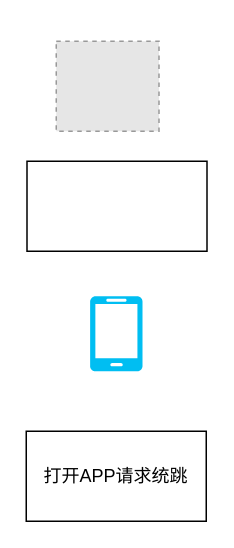
The draw.io diagram 统跳2.0.drawio in pekah/Draw, before the edit. Source tidied: cells renumbered, new cells numbered last; positions are measured from the earlier drawing's top-left corner, leaving out a move shared by most shapes. Both pictures are drawn from the tidied source at 150%, with x=0, y=0 at pixel (26, 40). Pictures stored in the file or linked from it are replaced by grey dashed boxes.
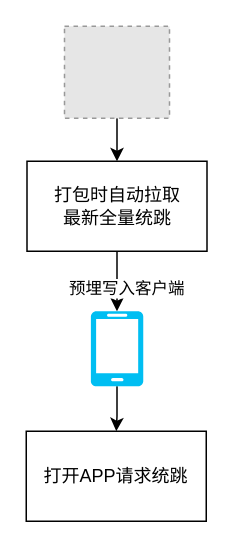
After the change.

The edit, as a diff of the source:
```diff
@@
 <mxGraphModel>
   <root>
     <mxCell id="0" />
     <mxCell id="1" parent="0" />
+    <mxCell id="6" style="edgeStyle=orthogonalEdgeStyle;rounded=0;jettySize=auto;html=1;" parent="1" edge="1" source="2" target="5">
+      <mxGeometry relative="1" as="geometry" />
+    </mxCell>
     <mxCell id="2" style="fillColor=#E6E6E6;strokeColor=#999999;dashed=1;verticalLabelPosition=bottom;labelBackgroundColor=#ffffff;verticalAlign=top;" parent="1" vertex="1">
-      <mxGeometry x="20" width="68.5" height="60" as="geometry" />
+      <mxGeometry x="25.5" y="-10" width="70" height="61.3" as="geometry" />
     </mxCell>
+    <mxCell id="7" style="edgeStyle=orthogonalEdgeStyle;rounded=0;jettySize=auto;html=1;" parent="1" edge="1" source="3" target="4">
+      <mxGeometry relative="1" as="geometry" />
+    </mxCell>
     <mxCell id="3" style="verticalLabelPosition=bottom;html=1;verticalAlign=top;align=center;strokeColor=none;fillColor=#00BEF2;shape=mxgraph.azure.mobile;" parent="1" vertex="1">
-      <mxGeometry x="42.5" y="170" width="35" height="50" as="geometry" />
+      <mxGeometry x="43" y="180" width="35" height="50" as="geometry" />
     </mxCell>
     <mxCell id="4" value="打开APP请求统跳" style="rounded=0;whiteSpace=wrap;html=1;" parent="1" vertex="1">
       <mxGeometry y="260" width="120" height="60" as="geometry" />
     </mxCell>
+    <mxCell id="8" style="edgeStyle=orthogonalEdgeStyle;rounded=0;jettySize=auto;html=1;" parent="1" edge="1" source="5" target="3">
+      <mxGeometry relative="1" as="geometry" />
+    </mxCell>
+    <mxCell id="9" value="预埋写入客户端" style="edgeLabel;html=1;align=center;verticalAlign=middle;" parent="8" vertex="1">
+      <mxGeometry x="0.2" y="6" relative="1" as="geometry" />
+    </mxCell>
-    <mxCell id="5" style="rounded=0;whiteSpace=wrap;html=1;" parent="1" vertex="1">
+    <mxCell id="5" value="打包时自动拉取&lt;br&gt;最新全量统跳" style="rounded=0;whiteSpace=wrap;html=1;" parent="1" vertex="1">
       <mxGeometry x="0.5" y="80" width="120" height="60" as="geometry" />
     </mxCell>
   </root>
 </mxGraphModel>
```
